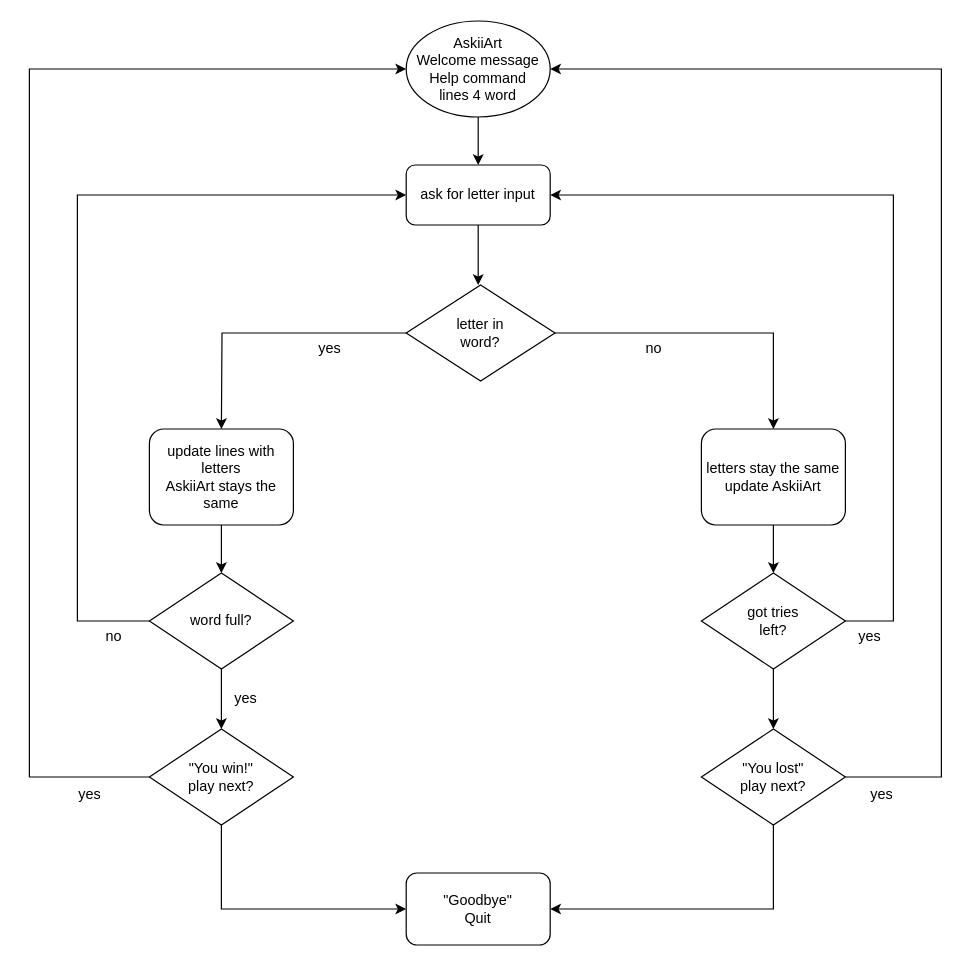
panchord/Draw.io keeps this draw.io diagram as Hangman.drawio. Above is the earlier version. Source tidied: cells renumbered, new cells numbered last; positions are measured from the earlier drawing's top-left corner, leaving out a move shared by most shapes. Both pictures are drawn from the tidied source at 120%, with x=0, y=0 at pixel (29, 20).
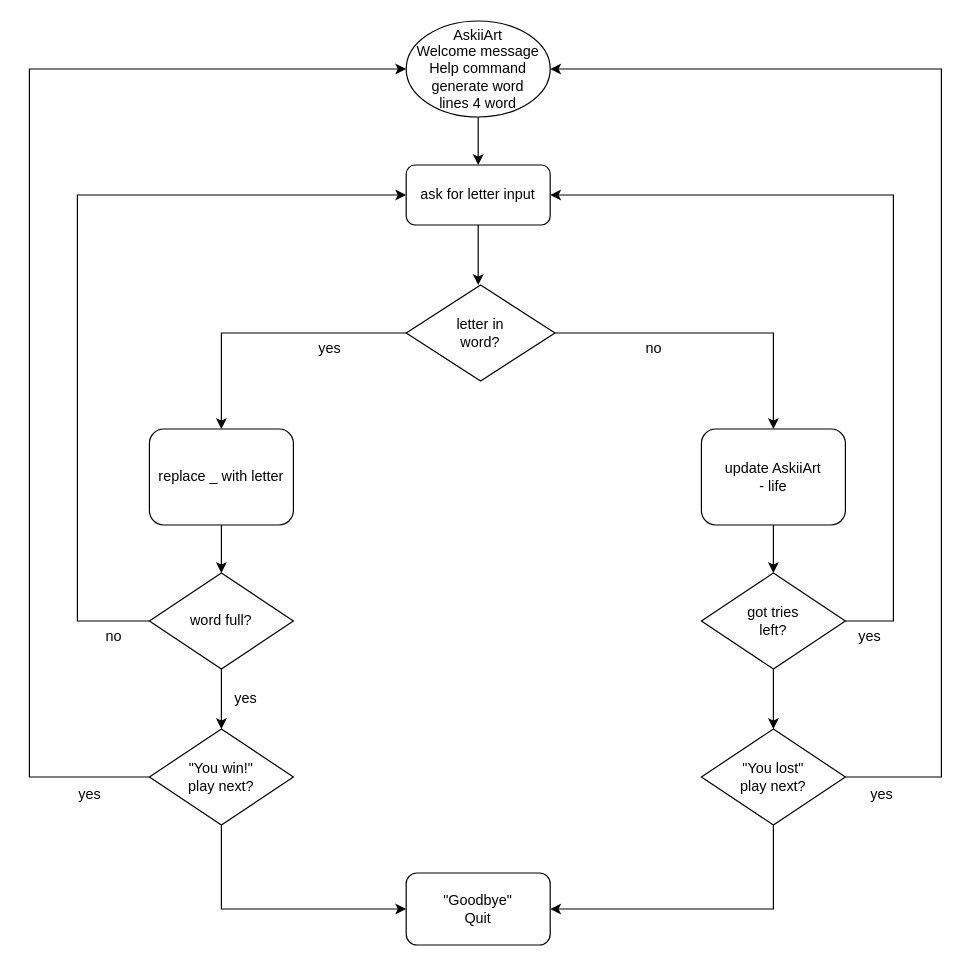
After the change.

The change refers to these unchanged cells:
```xml
<mxCell id="8" value="letter in&lt;br&gt;word?" style="rhombus;whiteSpace=wrap;html=1;" parent="1" vertex="1">
  <mxGeometry x="314" y="220" width="124" height="80" as="geometry" />
</mxCell>
```

Diff of the diagram source:
```diff
@@
-    <mxCell id="3" value="AskiiArt&lt;br&gt;Welcome message&lt;br&gt;Help command&lt;br&gt;lines 4 word" style="ellipse;whiteSpace=wrap;html=1;" parent="1" vertex="1">
+    <mxCell id="3" value="AskiiArt&lt;br&gt;Welcome message&lt;br&gt;Help command&lt;br&gt;generate word&lt;br&gt;lines 4 word" style="ellipse;whiteSpace=wrap;html=1;" parent="1" vertex="1">
       <mxGeometry x="314" width="120" height="80" as="geometry" />
     </mxCell>
@@
-    <mxCell id="6" style="edgeStyle=orthogonalEdgeStyle;rounded=0;jettySize=auto;html=1;" parent="1" edge="1" source="8">
-      <mxGeometry relative="1" as="geometry">
-        <mxPoint x="160" y="340" as="targetPoint" />
-      </mxGeometry>
-    </mxCell>
@@
-    <mxCell id="11" value="update lines with letters&lt;br&gt;AskiiArt stays the same" style="rounded=1;whiteSpace=wrap;html=1;" parent="1" vertex="1">
+    <mxCell id="11" value="replace _ with letter" style="rounded=1;whiteSpace=wrap;html=1;" parent="1" vertex="1">
       <mxGeometry x="100" y="340" width="120" height="80" as="geometry" />
     </mxCell>
@@
-    <mxCell id="13" value="letters stay the same&lt;br&gt;update AskiiArt" style="rounded=1;whiteSpace=wrap;html=1;" parent="1" vertex="1">
+    <mxCell id="13" value="update AskiiArt&lt;br&gt;- life" style="rounded=1;whiteSpace=wrap;html=1;" parent="1" vertex="1">
       <mxGeometry x="560" y="340" width="120" height="80" as="geometry" />
     </mxCell>
@@
+    <mxCell id="33" style="edgeStyle=orthogonalEdgeStyle;rounded=0;jettySize=auto;html=1;entryX=0.5;entryY=0;entryDx=0;entryDy=0;" parent="1" edge="1" source="8" target="11">
+      <mxGeometry relative="1" as="geometry" />
+    </mxCell>
```
